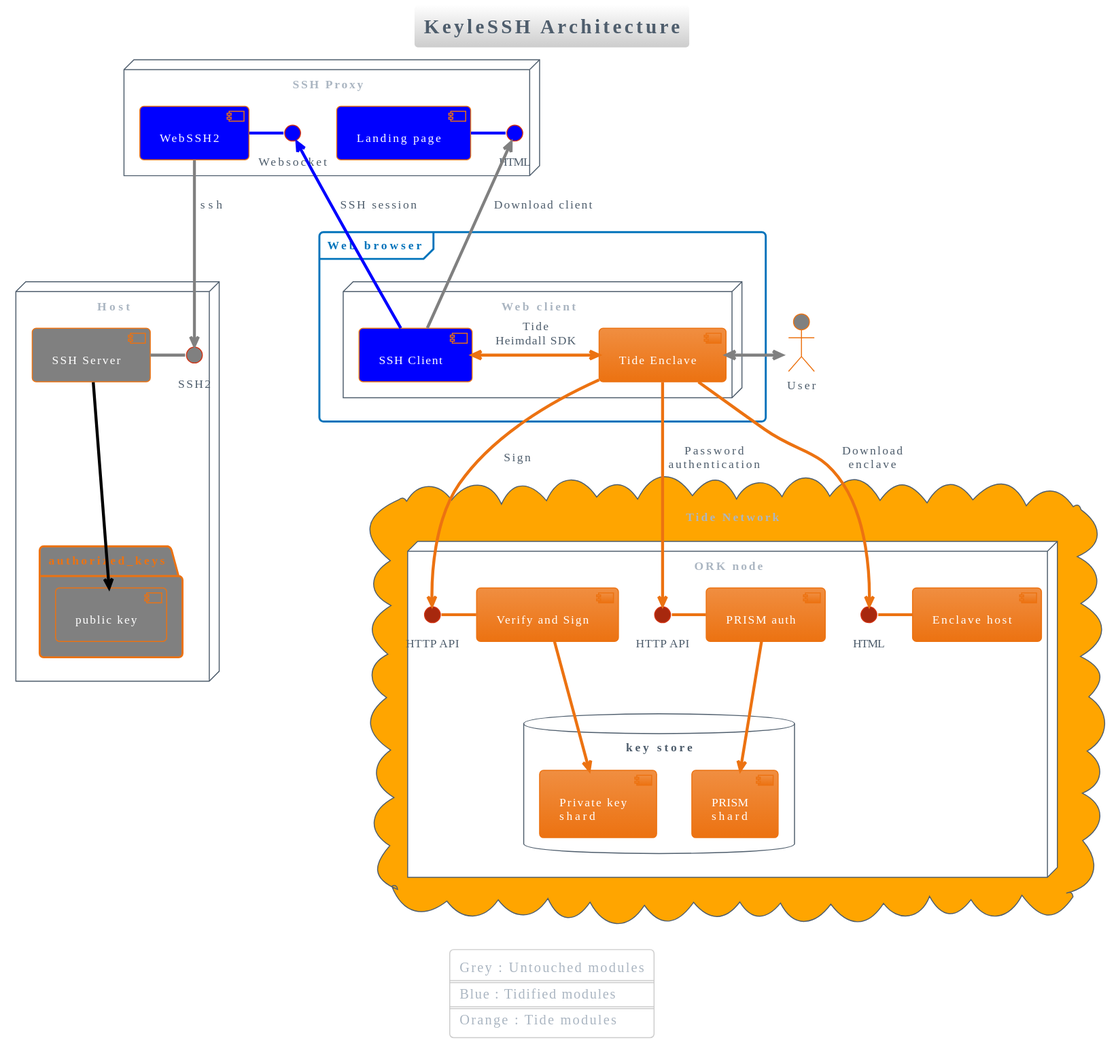
tide-foundation/KeyleSSH keeps this PlantUML diagram as diagrams/svg/KeyleSSH Architecture.svg. Above is the earlier version.
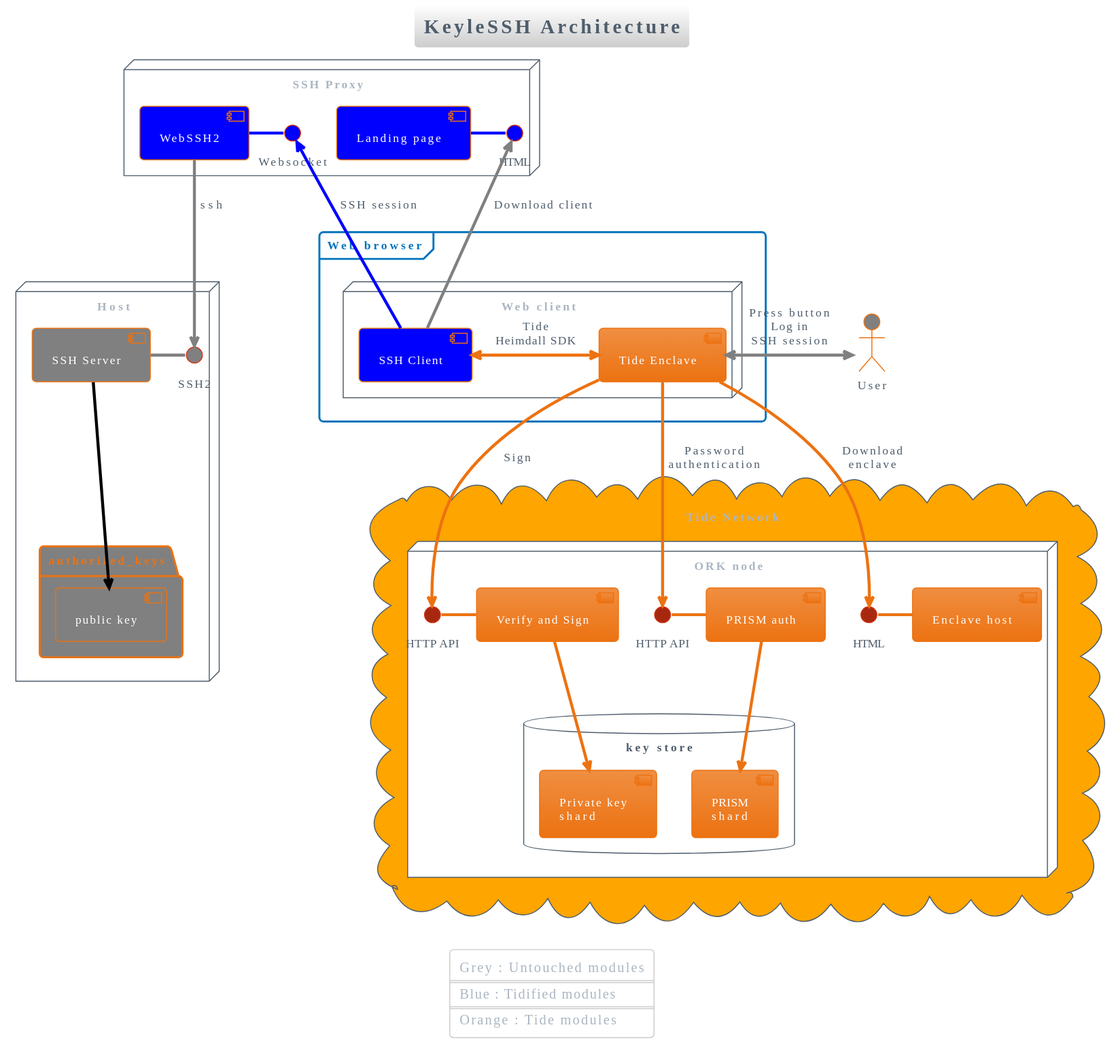
The same diagram one commit later.

Commit message:
:rocket: Adding Generated PlantUML Diagrams

Change to the diagram source:
```diff
@@ -34,7 +34,7 @@
     [SSH Client] <-> [Tide Enclave] : Tide\nHeimdall SDK
 }
 
-[Tide Enclave] <-right-> [user] #grey
+[Tide Enclave] <-right-> [user] #grey : Press button\nLog in\nSSH session
 
 cloud "Tide Network" #orange {
     node "ORK node" {
```
